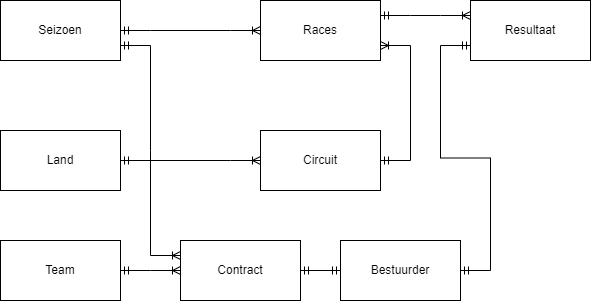
Earlier version of the draw.io export F1 ERD.drawio.png (PeterVanKampen7/AO-B7-ERD). Source tidied: cells renumbered, new cells last; positions are measured from the earlier drawing's top-left corner, leaving out a move shared by most shapes.
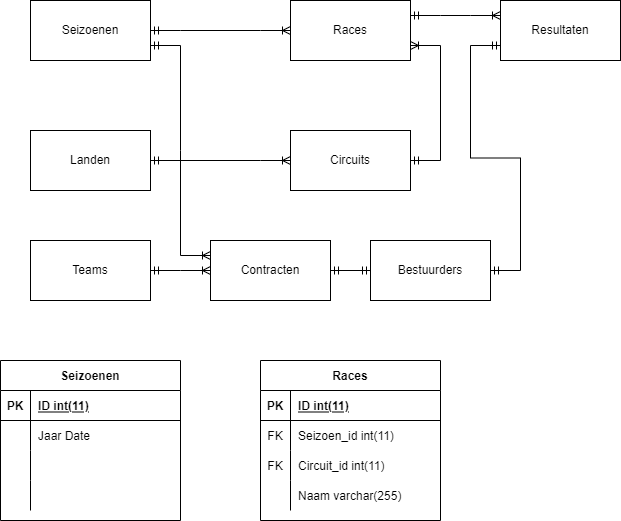
After the commit.

The edit, as a diff of the source:
```diff
@@ -2,28 +2,28 @@
   <root>
     <mxCell id="0" />
     <mxCell id="1" parent="0" />
-    <mxCell id="2" value="Seizoen" style="rounded=0;whiteSpace=wrap;html=1;" parent="1" vertex="1">
+    <mxCell id="2" value="Seizoenen" style="rounded=0;whiteSpace=wrap;html=1;" parent="1" vertex="1">
       <mxGeometry width="120" height="60" as="geometry" />
     </mxCell>
     <mxCell id="3" value="Races" style="rounded=0;whiteSpace=wrap;html=1;" parent="1" vertex="1">
       <mxGeometry x="260" width="120" height="60" as="geometry" />
     </mxCell>
-    <mxCell id="4" value="Bestuurder" style="rounded=0;whiteSpace=wrap;html=1;" parent="1" vertex="1">
+    <mxCell id="4" value="Bestuurders" style="rounded=0;whiteSpace=wrap;html=1;" parent="1" vertex="1">
       <mxGeometry x="340" y="240" width="120" height="60" as="geometry" />
     </mxCell>
-    <mxCell id="5" value="Contract" style="rounded=0;whiteSpace=wrap;html=1;" parent="1" vertex="1">
+    <mxCell id="5" value="Contracten" style="rounded=0;whiteSpace=wrap;html=1;" parent="1" vertex="1">
       <mxGeometry x="180" y="240" width="120" height="60" as="geometry" />
     </mxCell>
-    <mxCell id="6" value="Team" style="rounded=0;whiteSpace=wrap;html=1;" parent="1" vertex="1">
+    <mxCell id="6" value="Teams" style="rounded=0;whiteSpace=wrap;html=1;" parent="1" vertex="1">
       <mxGeometry y="240" width="120" height="60" as="geometry" />
     </mxCell>
-    <mxCell id="7" value="Circuit" style="rounded=0;whiteSpace=wrap;html=1;" parent="1" vertex="1">
+    <mxCell id="7" value="Circuits" style="rounded=0;whiteSpace=wrap;html=1;" parent="1" vertex="1">
       <mxGeometry x="260" y="130" width="120" height="60" as="geometry" />
     </mxCell>
-    <mxCell id="8" value="Land" style="rounded=0;whiteSpace=wrap;html=1;" parent="1" vertex="1">
+    <mxCell id="8" value="Landen" style="rounded=0;whiteSpace=wrap;html=1;" parent="1" vertex="1">
       <mxGeometry y="130" width="120" height="60" as="geometry" />
     </mxCell>
-    <mxCell id="9" value="Resultaat" style="rounded=0;whiteSpace=wrap;html=1;" parent="1" vertex="1">
+    <mxCell id="9" value="Resultaten" style="rounded=0;whiteSpace=wrap;html=1;" parent="1" vertex="1">
       <mxGeometry x="470" width="120" height="60" as="geometry" />
     </mxCell>
     <mxCell id="10" style="edgeStyle=entityRelationEdgeStyle;fontSize=12;html=1;endArrow=ERoneToMany;startArrow=ERmandOne;rounded=0;exitX=1;exitY=0.5;exitDx=0;exitDy=0;entryX=0;entryY=0.5;entryDx=0;entryDy=0;" parent="1" edge="1" source="2" target="3">
@@ -50,5 +50,83 @@
     <mxCell id="17" style="edgeStyle=entityRelationEdgeStyle;fontSize=12;html=1;endArrow=ERmandOne;startArrow=ERmandOne;rounded=0;entryX=0;entryY=0.75;entryDx=0;entryDy=0;exitX=1;exitY=0.5;exitDx=0;exitDy=0;" parent="1" edge="1" source="4" target="9">
       <mxGeometry relative="1" as="geometry" />
     </mxCell>
+    <mxCell id="18" value="Seizoenen" style="shape=table;startSize=30;rowLines=0;fontStyle=1;align=center;" parent="1" vertex="1">
+      <mxGeometry x="-30" y="360" width="180" height="160" as="geometry" />
+    </mxCell>
+    <mxCell id="19" style="shape=tableRow;horizontal=0;startSize=0;swimlaneHead=0;swimlaneBody=0;fillColor=none;top=0;left=0;right=0;bottom=1;" parent="18" vertex="1">
+      <mxGeometry y="30" width="180" height="30" as="geometry" />
+    </mxCell>
+    <mxCell id="20" value="PK" style="shape=partialRectangle;fillColor=none;top=0;left=0;bottom=0;right=0;fontStyle=1;overflow=hidden;" parent="19" vertex="1">
+      <mxGeometry width="30" height="30" as="geometry" />
+    </mxCell>
+    <mxCell id="21" value="ID int(11)" style="shape=partialRectangle;fillColor=none;top=0;left=0;bottom=0;right=0;align=left;spacingLeft=6;fontStyle=5;overflow=hidden;" parent="19" vertex="1">
+      <mxGeometry x="30" width="150" height="30" as="geometry" />
+    </mxCell>
+    <mxCell id="22" style="shape=tableRow;horizontal=0;startSize=0;swimlaneHead=0;swimlaneBody=0;fillColor=none;top=0;left=0;right=0;bottom=0;" parent="18" vertex="1">
+      <mxGeometry y="60" width="180" height="30" as="geometry" />
+    </mxCell>
+    <mxCell id="23" style="shape=partialRectangle;fillColor=none;top=0;left=0;bottom=0;right=0;overflow=hidden;" parent="22" vertex="1">
+      <mxGeometry width="30" height="30" as="geometry" />
+    </mxCell>
+    <mxCell id="24" value="Jaar Date" style="shape=partialRectangle;fillColor=none;top=0;left=0;bottom=0;right=0;align=left;spacingLeft=6;overflow=hidden;" parent="22" vertex="1">
+      <mxGeometry x="30" width="150" height="30" as="geometry" />
+    </mxCell>
+    <mxCell id="25" style="shape=tableRow;horizontal=0;startSize=0;swimlaneHead=0;swimlaneBody=0;fillColor=none;top=0;left=0;right=0;bottom=0;" parent="18" vertex="1">
+      <mxGeometry y="90" width="180" height="30" as="geometry" />
+    </mxCell>
+    <mxCell id="26" style="shape=partialRectangle;fillColor=none;top=0;left=0;bottom=0;right=0;overflow=hidden;" parent="25" vertex="1">
+      <mxGeometry width="30" height="30" as="geometry" />
+    </mxCell>
+    <mxCell id="27" style="shape=partialRectangle;fillColor=none;top=0;left=0;bottom=0;right=0;align=left;spacingLeft=6;overflow=hidden;" parent="25" vertex="1">
+      <mxGeometry x="30" width="150" height="30" as="geometry" />
+    </mxCell>
+    <mxCell id="28" style="shape=tableRow;horizontal=0;startSize=0;swimlaneHead=0;swimlaneBody=0;fillColor=none;top=0;left=0;right=0;bottom=0;" parent="18" vertex="1">
+      <mxGeometry y="120" width="180" height="30" as="geometry" />
+    </mxCell>
+    <mxCell id="29" style="shape=partialRectangle;fillColor=none;top=0;left=0;bottom=0;right=0;overflow=hidden;" parent="28" vertex="1">
+      <mxGeometry width="30" height="30" as="geometry" />
+    </mxCell>
+    <mxCell id="30" style="shape=partialRectangle;fillColor=none;top=0;left=0;bottom=0;right=0;align=left;spacingLeft=6;overflow=hidden;" parent="28" vertex="1">
+      <mxGeometry x="30" width="150" height="30" as="geometry" />
+    </mxCell>
+    <mxCell id="31" value="Races" style="shape=table;startSize=30;rowLines=0;fontStyle=1;align=center;" parent="1" vertex="1">
+      <mxGeometry x="230" y="360" width="180" height="160" as="geometry" />
+    </mxCell>
+    <mxCell id="32" style="shape=tableRow;horizontal=0;startSize=0;swimlaneHead=0;swimlaneBody=0;fillColor=none;top=0;left=0;right=0;bottom=1;" parent="31" vertex="1">
+      <mxGeometry y="30" width="180" height="30" as="geometry" />
+    </mxCell>
+    <mxCell id="33" value="PK" style="shape=partialRectangle;fillColor=none;top=0;left=0;bottom=0;right=0;fontStyle=1;overflow=hidden;" parent="32" vertex="1">
+      <mxGeometry width="30" height="30" as="geometry" />
+    </mxCell>
+    <mxCell id="34" value="ID int(11)" style="shape=partialRectangle;fillColor=none;top=0;left=0;bottom=0;right=0;align=left;spacingLeft=6;fontStyle=5;overflow=hidden;" parent="32" vertex="1">
+      <mxGeometry x="30" width="150" height="30" as="geometry" />
+    </mxCell>
+    <mxCell id="35" style="shape=tableRow;horizontal=0;startSize=0;swimlaneHead=0;swimlaneBody=0;fillColor=none;top=0;left=0;right=0;bottom=0;" parent="31" vertex="1">
+      <mxGeometry y="60" width="180" height="30" as="geometry" />
+    </mxCell>
+    <mxCell id="36" value="FK" style="shape=partialRectangle;fillColor=none;top=0;left=0;bottom=0;right=0;overflow=hidden;" parent="35" vertex="1">
+      <mxGeometry width="30" height="30" as="geometry" />
+    </mxCell>
+    <mxCell id="37" value="Seizoen_id int(11)" style="shape=partialRectangle;fillColor=none;top=0;left=0;bottom=0;right=0;align=left;spacingLeft=6;overflow=hidden;" parent="35" vertex="1">
+      <mxGeometry x="30" width="150" height="30" as="geometry" />
+    </mxCell>
+    <mxCell id="38" style="shape=tableRow;horizontal=0;startSize=0;swimlaneHead=0;swimlaneBody=0;fillColor=none;top=0;left=0;right=0;bottom=0;" parent="31" vertex="1">
+      <mxGeometry y="90" width="180" height="30" as="geometry" />
+    </mxCell>
+    <mxCell id="39" value="FK" style="shape=partialRectangle;fillColor=none;top=0;left=0;bottom=0;right=0;overflow=hidden;" parent="38" vertex="1">
+      <mxGeometry width="30" height="30" as="geometry" />
+    </mxCell>
+    <mxCell id="40" value="Circuit_id int(11)" style="shape=partialRectangle;fillColor=none;top=0;left=0;bottom=0;right=0;align=left;spacingLeft=6;overflow=hidden;" parent="38" vertex="1">
+      <mxGeometry x="30" width="150" height="30" as="geometry" />
+    </mxCell>
+    <mxCell id="41" style="shape=tableRow;horizontal=0;startSize=0;swimlaneHead=0;swimlaneBody=0;fillColor=none;top=0;left=0;right=0;bottom=0;" parent="31" vertex="1">
+      <mxGeometry y="120" width="180" height="30" as="geometry" />
+    </mxCell>
+    <mxCell id="42" style="shape=partialRectangle;fillColor=none;top=0;left=0;bottom=0;right=0;overflow=hidden;" parent="41" vertex="1">
+      <mxGeometry width="30" height="30" as="geometry" />
+    </mxCell>
+    <mxCell id="43" value="Naam varchar(255)" style="shape=partialRectangle;fillColor=none;top=0;left=0;bottom=0;right=0;align=left;spacingLeft=6;overflow=hidden;" parent="41" vertex="1">
+      <mxGeometry x="30" width="150" height="30" as="geometry" />
+    </mxCell>
   </root>
 </mxGraphModel>
```
